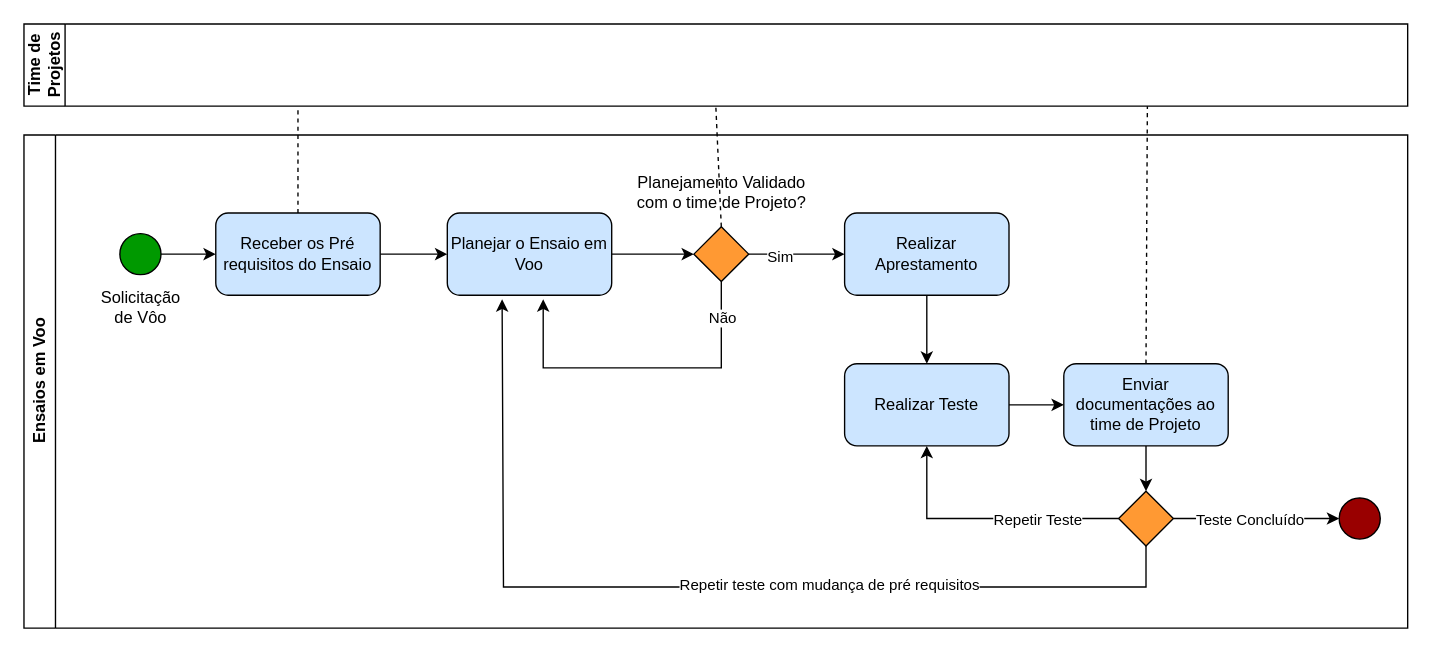
The draw.io diagram Ensaios em Voo.drawio in Karennc0/XMOBOTS, before the edit. Source tidied: cells renumbered, new cells numbered last; positions are measured from the earlier drawing's top-left corner, leaving out a move shared by most shapes. Both pictures are drawn from the tidied source at 137%, with x=0, y=0 at pixel (23, 23).
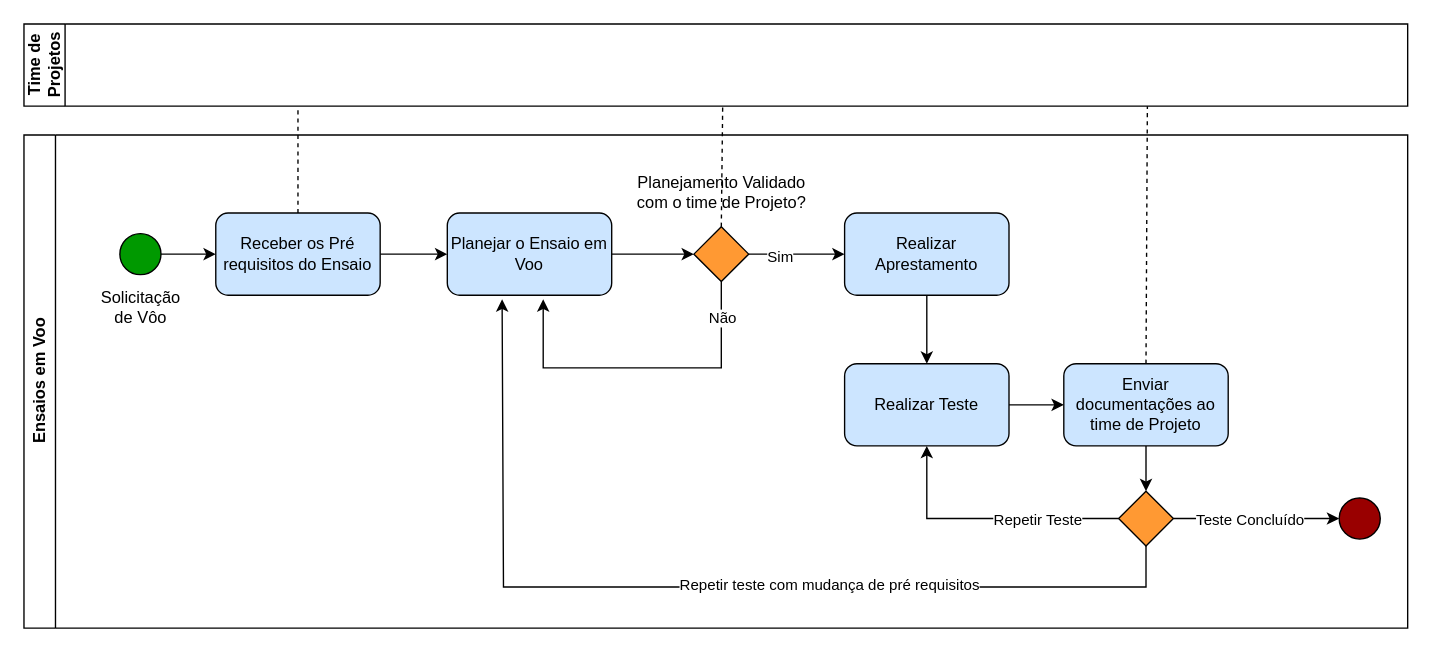
The same page after the edit.

Unchanged cells that the change refers to:
```xml
<mxCell id="12" style="rhombus;whiteSpace=wrap;html=1;fillColor=#FF9933;" parent="2" vertex="1">
  <mxGeometry x="489" y="67" width="40" height="40" as="geometry" />
</mxCell>
<mxCell id="31" value="Time de Projetos" style="swimlane;horizontal=0;whiteSpace=wrap;html=1;startSize=30;" parent="1" vertex="1">
  <mxGeometry width="1010" height="60" as="geometry" />
</mxCell>
```

Diff of the diagram source:
```diff
@@
-    <mxCell id="33" style="endArrow=none;dashed=1;html=1;rounded=0;exitX=0.5;exitY=0;exitDx=0;exitDy=0;entryX=0.5;entryY=1;entryDx=0;entryDy=0;" parent="1" edge="1" source="12" target="31">
-      <mxGeometry relative="1" as="geometry" />
+    <mxCell id="33" style="endArrow=none;dashed=1;html=1;rounded=0;exitX=0.5;exitY=0;exitDx=0;exitDy=0;" parent="1" edge="1" source="12">
+      <mxGeometry relative="1" as="geometry">
+        <mxPoint x="510" y="60" as="targetPoint" />
+      </mxGeometry>
     </mxCell>
```
